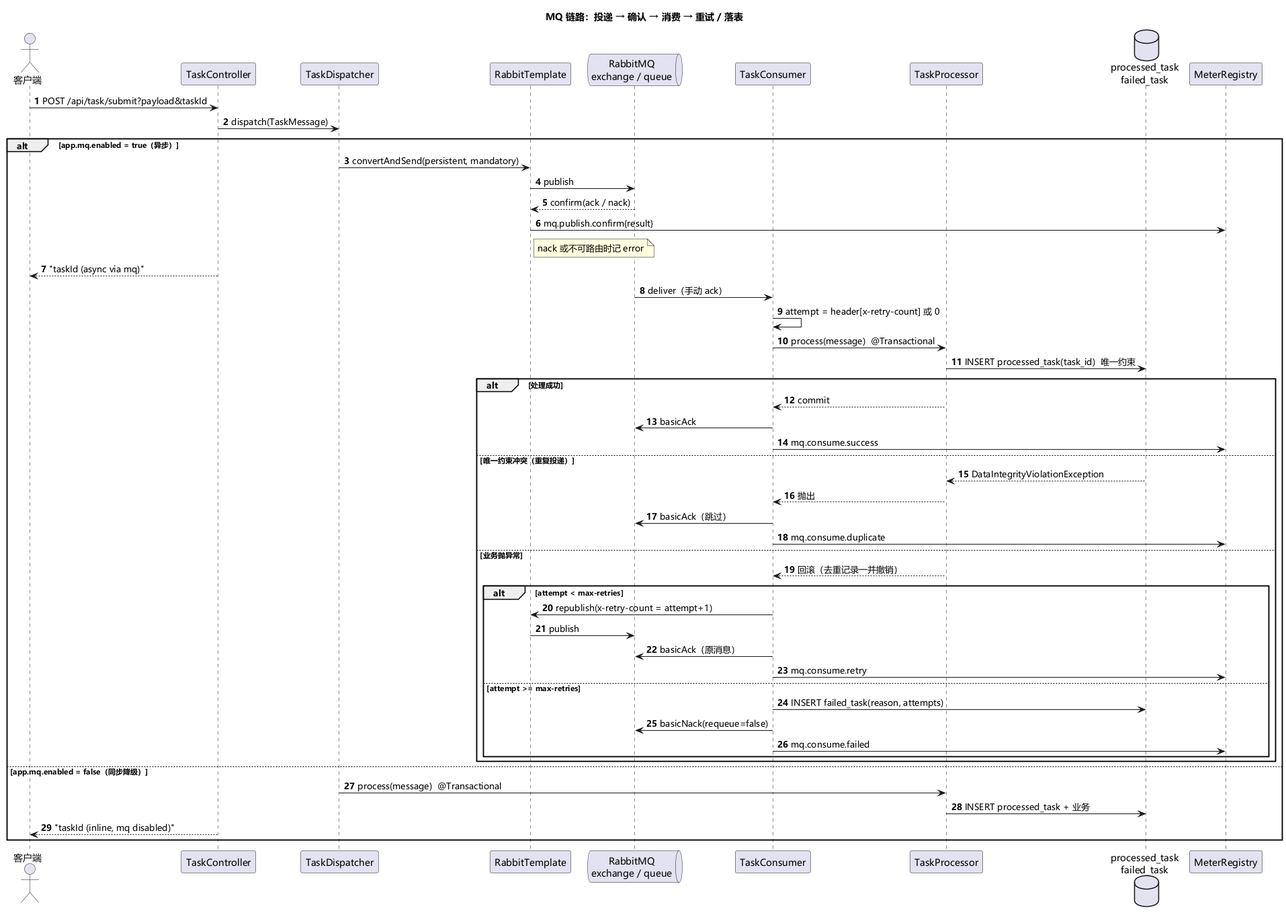
qkainan/maibao-technology-application keeps this PlantUML diagram as docs/mq-sequence.png. Above is the earlier version. The source it was exported from:
```plantuml
@startuml mq-sequence
title MQ 链路：投递 → 确认 → 消费 → 重试 / 落表
skinparam defaultFontName "Microsoft YaHei"
skinparam shadowing false
skinparam sequenceMessageAlign left
skinparam responseMessageBelowArrow true
autonumber

actor 客户端
participant "TaskController" as TC
participant "TaskDispatcher" as D
participant "RabbitTemplate" as RT
queue "RabbitMQ\nexchange / queue" as MQ
participant "TaskConsumer" as CS
participant "TaskProcessor" as TP
database "processed_task\nfailed_task" as DB
participant "MeterRegistry" as M

客户端 -> TC : POST /api/task/submit?payload&taskId
TC -> D : dispatch(TaskMessage)

alt app.mq.enabled = true（异步）
  D -> RT : convertAndSend(persistent, mandatory)
  RT -> MQ : publish
  MQ --> RT : confirm(ack / nack)
  RT -> M : mq.publish.confirm{result}
  note right of RT : nack 或不可路由时记 error
  TC --> 客户端 : "taskId (async via mq)"

  MQ -> CS : deliver（手动 ack）
  CS -> CS : attempt = header[x-retry-count] 或 0
  CS -> TP : process(message)  @Transactional
  TP -> DB : INSERT processed_task(task_id)  唯一约束
  alt 处理成功
    TP --> CS : commit
    CS -> MQ : basicAck
    CS -> M : mq.consume.success
  else 唯一约束冲突（重复投递）
    DB --> TP : DataIntegrityViolationException
    TP --> CS : 抛出
    CS -> MQ : basicAck（跳过）
    CS -> M : mq.consume.duplicate
  else 业务抛异常
    TP --> CS : 回滚（去重记录一并撤销）
    alt attempt < max-retries
      CS -> RT : republish(x-retry-count = attempt+1)
      RT -> MQ : publish
      CS -> MQ : basicAck（原消息）
      CS -> M : mq.consume.retry
    else attempt >= max-retries
      CS -> DB : INSERT failed_task(reason, attempts)
      CS -> MQ : basicNack(requeue=false)
      CS -> M : mq.consume.failed
    end
  end

else app.mq.enabled = false（同步降级）
  D -> TP : process(message)  @Transactional
  TP -> DB : INSERT processed_task + 业务
  TC --> 客户端 : "taskId (inline, mq disabled)"
end

@enduml
```
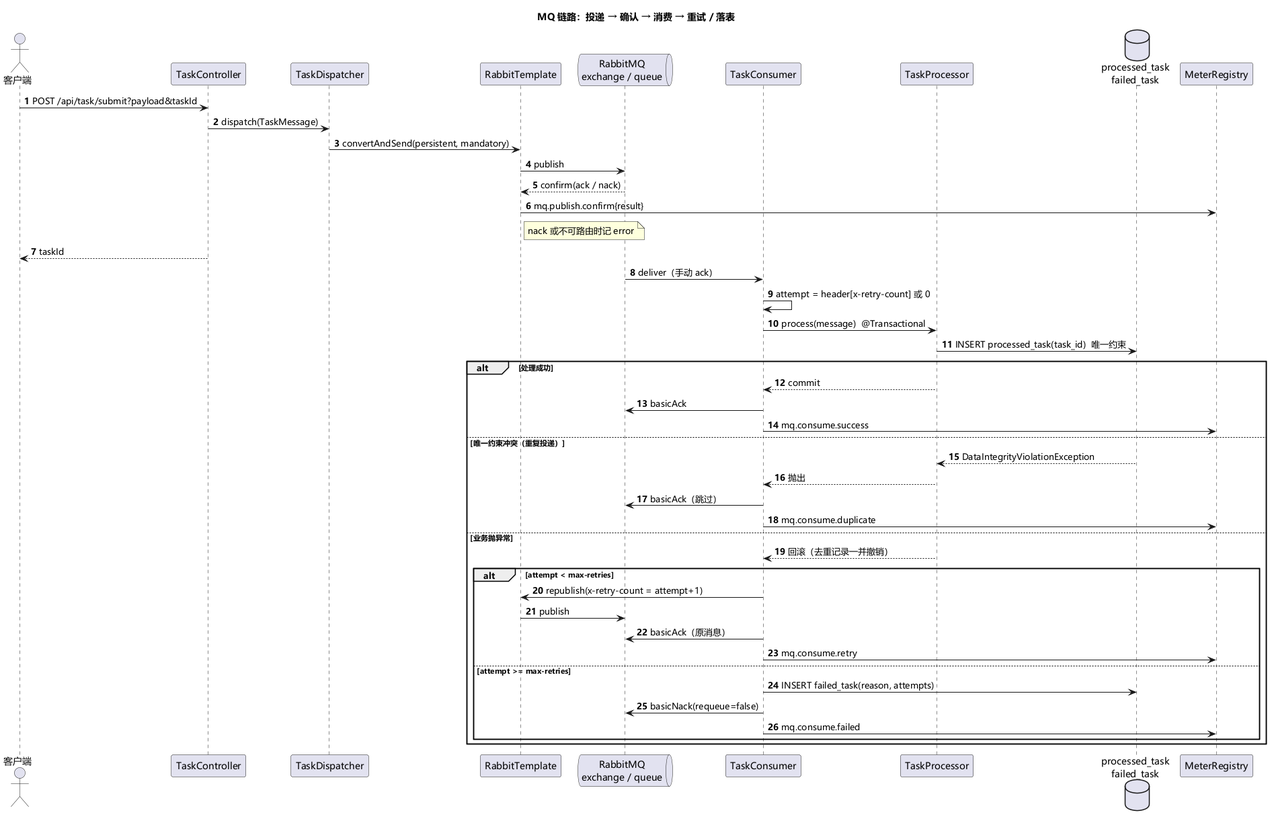
The same file after the commit.

What changed in the source:
```diff
@@ -18,46 +18,38 @@
 
 客户端 -> TC : POST /api/task/submit?payload&taskId
 TC -> D : dispatch(TaskMessage)
+D -> RT : convertAndSend(persistent, mandatory)
+RT -> MQ : publish
+MQ --> RT : confirm(ack / nack)
+RT -> M : mq.publish.confirm{result}
+note right of RT : nack 或不可路由时记 error
+TC --> 客户端 : taskId
 
-alt app.mq.enabled = true（异步）
-  D -> RT : convertAndSend(persistent, mandatory)
-  RT -> MQ : publish
-  MQ --> RT : confirm(ack / nack)
-  RT -> M : mq.publish.confirm{result}
-  note right of RT : nack 或不可路由时记 error
-  TC --> 客户端 : "taskId (async via mq)"
-
-  MQ -> CS : deliver（手动 ack）
-  CS -> CS : attempt = header[x-retry-count] 或 0
-  CS -> TP : process(message)  @Transactional
-  TP -> DB : INSERT processed_task(task_id)  唯一约束
-  alt 处理成功
-    TP --> CS : commit
-    CS -> MQ : basicAck
-    CS -> M : mq.consume.success
-  else 唯一约束冲突（重复投递）
-    DB --> TP : DataIntegrityViolationException
-    TP --> CS : 抛出
-    CS -> MQ : basicAck（跳过）
-    CS -> M : mq.consume.duplicate
-  else 业务抛异常
-    TP --> CS : 回滚（去重记录一并撤销）
-    alt attempt < max-retries
-      CS -> RT : republish(x-retry-count = attempt+1)
-      RT -> MQ : publish
-      CS -> MQ : basicAck（原消息）
-      CS -> M : mq.consume.retry
-    else attempt >= max-retries
-      CS -> DB : INSERT failed_task(reason, attempts)
-      CS -> MQ : basicNack(requeue=false)
-      CS -> M : mq.consume.failed
-    end
+MQ -> CS : deliver（手动 ack）
+CS -> CS : attempt = header[x-retry-count] 或 0
+CS -> TP : process(message)  @Transactional
+TP -> DB : INSERT processed_task(task_id)  唯一约束
+alt 处理成功
+  TP --> CS : commit
+  CS -> MQ : basicAck
+  CS -> M : mq.consume.success
+else 唯一约束冲突（重复投递）
+  DB --> TP : DataIntegrityViolationException
+  TP --> CS : 抛出
+  CS -> MQ : basicAck（跳过）
+  CS -> M : mq.consume.duplicate
+else 业务抛异常
+  TP --> CS : 回滚（去重记录一并撤销）
+  alt attempt < max-retries
+    CS -> RT : republish(x-retry-count = attempt+1)
+    RT -> MQ : publish
+    CS -> MQ : basicAck（原消息）
+    CS -> M : mq.consume.retry
+  else attempt >= max-retries
+    CS -> DB : INSERT failed_task(reason, attempts)
+    CS -> MQ : basicNack(requeue=false)
+    CS -> M : mq.consume.failed
   end
-
-else app.mq.enabled = false（同步降级）
-  D -> TP : process(message)  @Transactional
-  TP -> DB : INSERT processed_task + 业务
-  TC --> 客户端 : "taskId (inline, mq disabled)"
 end
 
 @enduml
```
